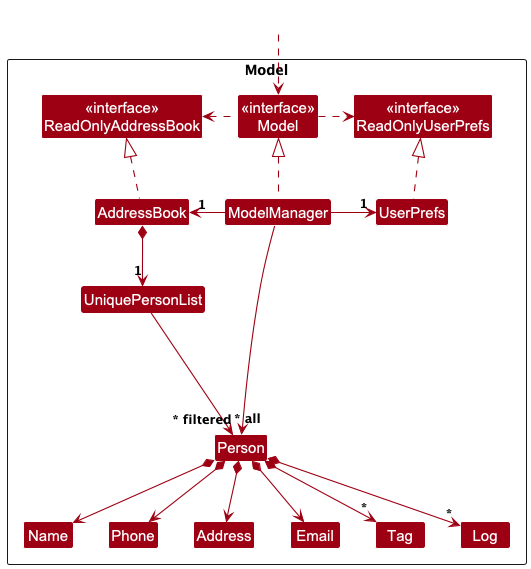
The PlantUML diagram docs/images/ModelClassDiagram.png in nus-cs2103-AY2425S1/tp, before a commit.
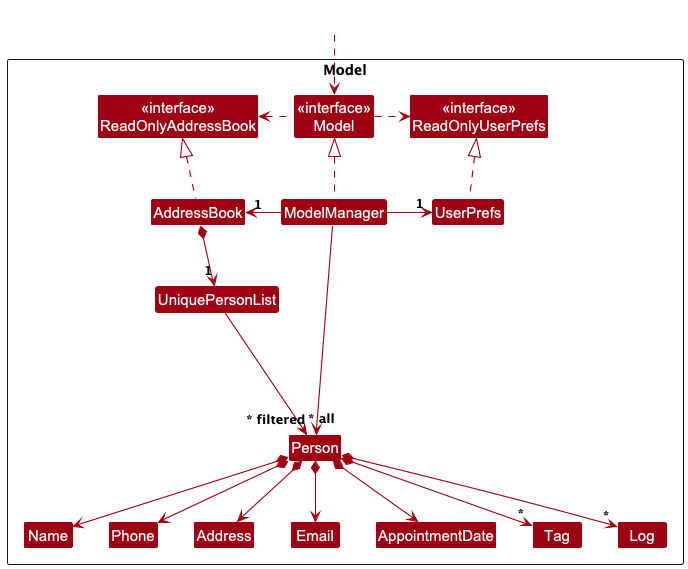
The same diagram one commit later.

Commit message:
docs: update model class diagram in images

Diff of the diagram source:
```diff
@@ -15,6 +15,7 @@
 Class UniquePersonList
 Class Person
 Class Address
+Class AppointmentDate
 Class Email
 Class Name
 Class Phone
@@ -42,6 +43,7 @@
 Person *--> Phone
 Person *--> Email
 Person *--> Address
+Person *--> AppointmentDate
 Person *--> "*" Tag
 Person *--> "*" Log
 
@@ -51,6 +53,7 @@
 Name -[hidden]right-> Phone
 Phone -[hidden]right-> Address
 Address -[hidden]right-> Email
+Email -[hidden]right-> AppointmentDate
 
 ModelManager --> "~* filtered" Person
 @enduml
```
